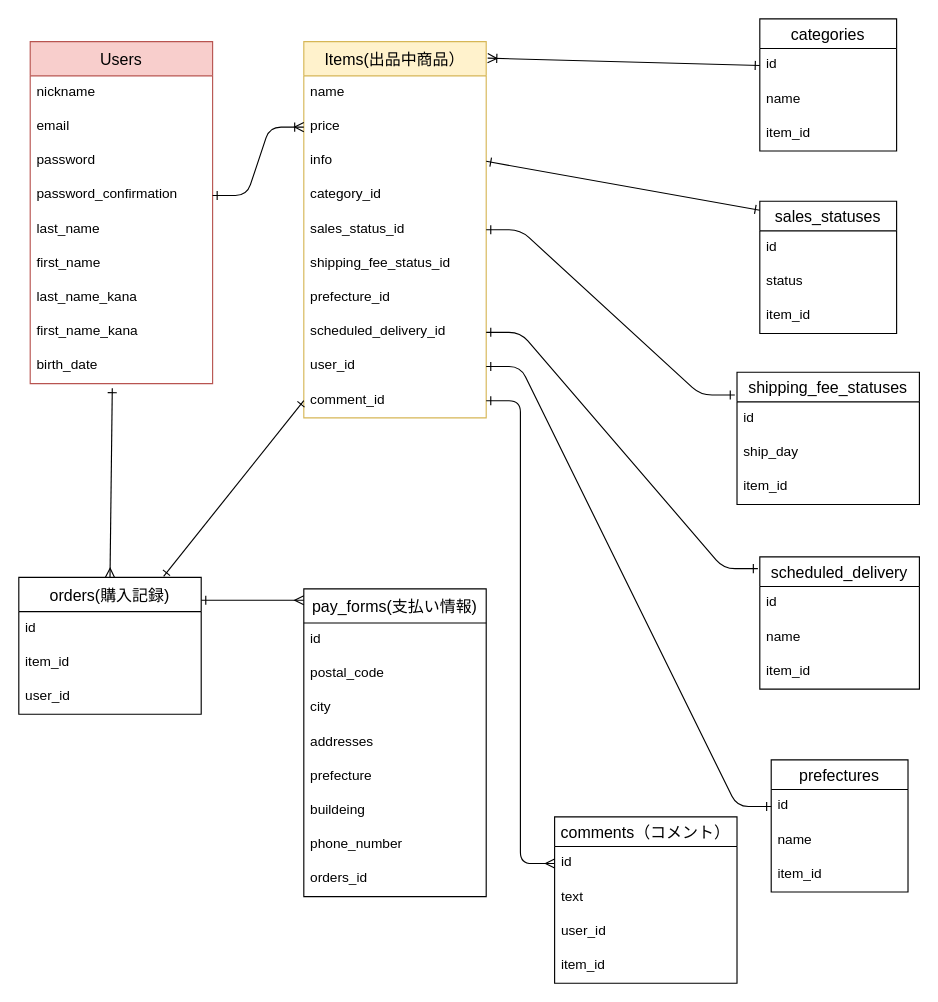
The draw.io diagram ER.dio in Ka0lee/furima-39118, before the edit. Source tidied: cells renumbered, new cells numbered last; positions are measured from the earlier drawing's top-left corner, leaving out a move shared by most shapes. Both pictures are drawn from the tidied source at 114%, with x=0, y=0 at pixel (18, 18).
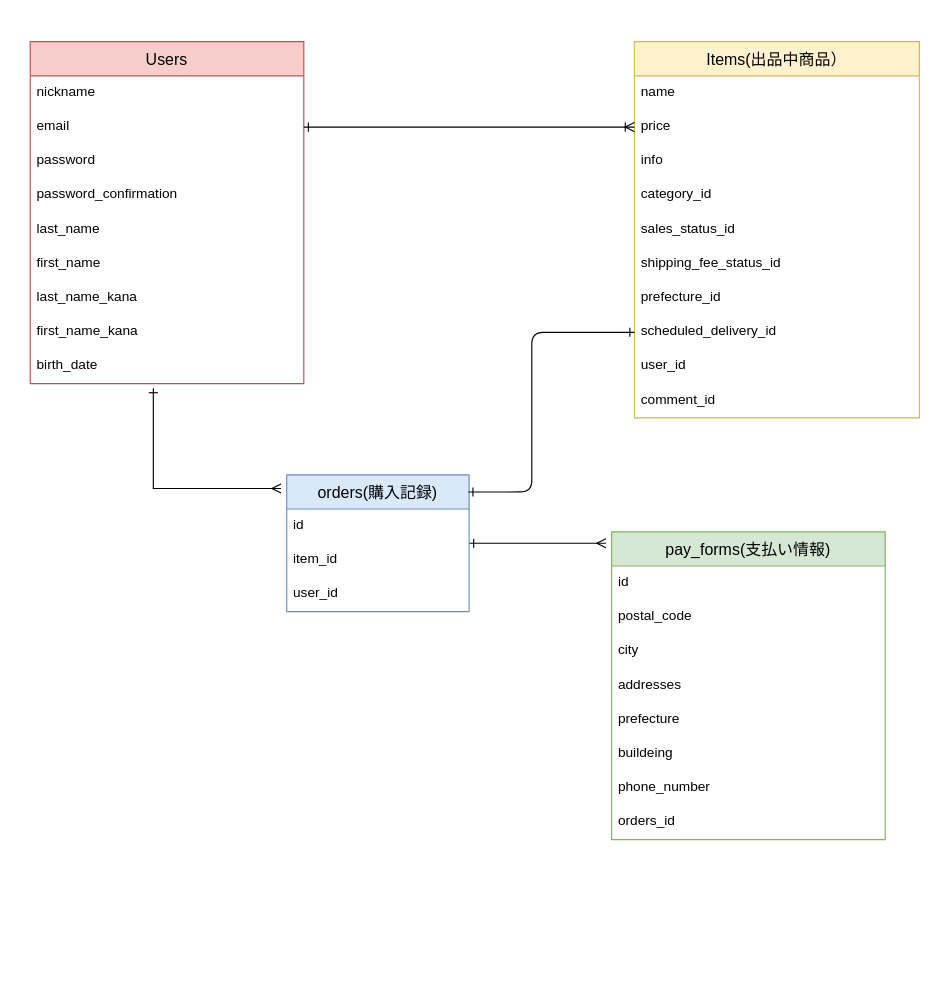
The same page after the edit.

Commit message (it also covers changes not shown here):
ER図、READMEの追加修正

The edit, as a diff of the source:
```diff
@@
     <mxCell id="2" value="Users" style="swimlane;fontStyle=0;horizontal=1;startSize=30;align=center;fontSize=14;fillColor=#f8cecc;strokeColor=#b85450;" parent="1" vertex="1">
-      <mxGeometry x="10" y="20" width="160" height="300" as="geometry" />
+      <mxGeometry x="10" y="20" width="240" height="300" as="geometry" />
     </mxCell>
     <mxCell id="3" value="nickname" style="text;strokeColor=none;fillColor=none;spacingLeft=4;spacingRight=4;overflow=hidden;fontSize=12;" parent="2" vertex="1">
-      <mxGeometry y="30" width="160" height="30" as="geometry" />
+      <mxGeometry y="30" width="240" height="30" as="geometry" />
     </mxCell>
     <mxCell id="4" value="email" style="text;strokeColor=none;fillColor=none;spacingLeft=4;spacingRight=4;overflow=hidden;points=[[0,0.5],[1,0.5]];portConstraint=eastwest;fontSize=12;" parent="2" vertex="1">
-      <mxGeometry y="60" width="160" height="30" as="geometry" />
+      <mxGeometry y="60" width="240" height="30" as="geometry" />
     </mxCell>
     <mxCell id="5" value="password" style="text;strokeColor=none;fillColor=none;spacingLeft=4;spacingRight=4;overflow=hidden;fontSize=12;" parent="2" vertex="1">
-      <mxGeometry y="90" width="160" height="30" as="geometry" />
+      <mxGeometry y="90" width="240" height="30" as="geometry" />
     </mxCell>
     <mxCell id="6" value="password_confirmation" style="text;strokeColor=none;fillColor=none;spacingLeft=4;spacingRight=4;overflow=hidden;points=[[0,0.5],[1,0.5]];portConstraint=eastwest;fontSize=12;" parent="2" vertex="1">
-      <mxGeometry y="120" width="160" height="30" as="geometry" />
+      <mxGeometry y="120" width="240" height="30" as="geometry" />
     </mxCell>
     <mxCell id="7" value="last_name" style="text;strokeColor=none;fillColor=none;spacingLeft=4;spacingRight=4;overflow=hidden;fontSize=12;" parent="2" vertex="1">
-      <mxGeometry y="150" width="160" height="30" as="geometry" />
+      <mxGeometry y="150" width="240" height="30" as="geometry" />
     </mxCell>
     <mxCell id="8" value="first_name" style="text;strokeColor=none;fillColor=none;spacingLeft=4;spacingRight=4;overflow=hidden;fontSize=12;" parent="2" vertex="1">
-      <mxGeometry y="180" width="160" height="30" as="geometry" />
+      <mxGeometry y="180" width="240" height="30" as="geometry" />
     </mxCell>
     <mxCell id="9" value="last_name_kana" style="text;strokeColor=none;fillColor=none;spacingLeft=4;spacingRight=4;overflow=hidden;fontSize=12;" parent="2" vertex="1">
-      <mxGeometry y="210" width="160" height="30" as="geometry" />
+      <mxGeometry y="210" width="240" height="30" as="geometry" />
     </mxCell>
     <mxCell id="10" value="first_name_kana" style="text;strokeColor=none;fillColor=none;spacingLeft=4;spacingRight=4;overflow=hidden;fontSize=12;" parent="2" vertex="1">
-      <mxGeometry y="240" width="160" height="30" as="geometry" />
+      <mxGeometry y="240" width="240" height="30" as="geometry" />
     </mxCell>
     <mxCell id="11" value="birth_date&#10;" style="text;strokeColor=none;fillColor=none;spacingLeft=4;spacingRight=4;overflow=hidden;points=[[0,0.5],[1,0.5]];portConstraint=eastwest;fontSize=12;" parent="2" vertex="1">
-      <mxGeometry y="270" width="160" height="30" as="geometry" />
+      <mxGeometry y="270" width="240" height="30" as="geometry" />
     </mxCell>
     <mxCell id="12" value="Items(出品中商品）" style="swimlane;fontStyle=0;horizontal=1;startSize=30;align=center;fontSize=14;fillColor=#fff2cc;strokeColor=#d6b656;" parent="1" vertex="1">
-      <mxGeometry x="250" y="20" width="160" height="330" as="geometry" />
+      <mxGeometry x="540" y="20" width="250" height="330" as="geometry" />
     </mxCell>
     <mxCell id="13" value="name" style="text;strokeColor=none;fillColor=none;spacingLeft=4;spacingRight=4;overflow=hidden;fontSize=12;" parent="12" vertex="1">
-      <mxGeometry y="30" width="160" height="30" as="geometry" />
+      <mxGeometry y="30" width="250" height="30" as="geometry" />
     </mxCell>
     <mxCell id="14" value="price" style="text;strokeColor=none;fillColor=none;spacingLeft=4;spacingRight=4;overflow=hidden;points=[[0,0.5],[1,0.5]];portConstraint=eastwest;fontSize=12;" parent="12" vertex="1">
-      <mxGeometry y="60" width="160" height="30" as="geometry" />
+      <mxGeometry y="60" width="250" height="30" as="geometry" />
     </mxCell>
     <mxCell id="15" value="info" style="text;strokeColor=none;fillColor=none;spacingLeft=4;spacingRight=4;overflow=hidden;points=[[0,0.5],[1,0.5]];portConstraint=eastwest;fontSize=12;" parent="12" vertex="1">
-      <mxGeometry y="90" width="160" height="30" as="geometry" />
+      <mxGeometry y="90" width="250" height="30" as="geometry" />
     </mxCell>
     <mxCell id="16" value="category_id" style="text;strokeColor=none;fillColor=none;spacingLeft=4;spacingRight=4;overflow=hidden;fontSize=12;" parent="12" vertex="1">
-      <mxGeometry y="120" width="160" height="30" as="geometry" />
+      <mxGeometry y="120" width="250" height="30" as="geometry" />
     </mxCell>
     <mxCell id="17" value="sales_status_id" style="text;strokeColor=none;fillColor=none;spacingLeft=4;spacingRight=4;overflow=hidden;points=[[0,0.5],[1,0.5]];portConstraint=eastwest;fontSize=12;" parent="12" vertex="1">
-      <mxGeometry y="150" width="160" height="30" as="geometry" />
+      <mxGeometry y="150" width="250" height="30" as="geometry" />
     </mxCell>
     <mxCell id="18" value="shipping_fee_status_id" style="text;strokeColor=none;fillColor=none;spacingLeft=4;spacingRight=4;overflow=hidden;fontSize=12;" parent="12" vertex="1">
-      <mxGeometry y="180" width="160" height="30" as="geometry" />
+      <mxGeometry y="180" width="250" height="30" as="geometry" />
     </mxCell>
     <mxCell id="19" value="prefecture_id" style="text;strokeColor=none;fillColor=none;spacingLeft=4;spacingRight=4;overflow=hidden;fontSize=12;" parent="12" vertex="1">
-      <mxGeometry y="210" width="160" height="30" as="geometry" />
+      <mxGeometry y="210" width="250" height="30" as="geometry" />
     </mxCell>
     <mxCell id="20" value="scheduled_delivery_id" style="text;strokeColor=none;fillColor=none;spacingLeft=4;spacingRight=4;overflow=hidden;points=[[0,0.5],[1,0.5]];portConstraint=eastwest;fontSize=12;" parent="12" vertex="1">
-      <mxGeometry y="240" width="160" height="30" as="geometry" />
+      <mxGeometry y="240" width="250" height="30" as="geometry" />
     </mxCell>
     <mxCell id="21" value="user_id" style="text;strokeColor=none;fillColor=none;spacingLeft=4;spacingRight=4;overflow=hidden;points=[[0,0.5],[1,0.5]];portConstraint=eastwest;fontSize=12;" parent="12" vertex="1">
-      <mxGeometry y="270" width="160" height="30" as="geometry" />
+      <mxGeometry y="270" width="250" height="30" as="geometry" />
     </mxCell>
     <mxCell id="22" value="comment_id" style="text;strokeColor=none;fillColor=none;spacingLeft=4;spacingRight=4;overflow=hidden;points=[[0,0.5],[1,0.5]];portConstraint=eastwest;fontSize=12;" parent="12" vertex="1">
-      <mxGeometry y="300" width="160" height="30" as="geometry" />
+      <mxGeometry y="300" width="250" height="30" as="geometry" />
     </mxCell>
-    <mxCell id="23" value="comments（コメント）" style="swimlane;fontStyle=0;horizontal=1;startSize=26;align=center;fontSize=14;" parent="1" vertex="1">
-      <mxGeometry x="470" y="700" width="160" height="146" as="geometry" />
-    </mxCell>
-    <mxCell id="24" value="id" style="text;strokeColor=none;fillColor=none;spacingLeft=4;spacingRight=4;overflow=hidden;points=[[0,0.5],[1,0.5]];portConstraint=eastwest;fontSize=12;" parent="23" vertex="1">
-      <mxGeometry y="26" width="160" height="30" as="geometry" />
-    </mxCell>
-    <mxCell id="25" value="text" style="text;strokeColor=none;fillColor=none;spacingLeft=4;spacingRight=4;overflow=hidden;fontSize=12;" parent="23" vertex="1">
-      <mxGeometry y="56" width="160" height="30" as="geometry" />
-    </mxCell>
-    <mxCell id="26" value="user_id" style="text;strokeColor=none;fillColor=none;spacingLeft=4;spacingRight=4;overflow=hidden;fontSize=12;" parent="23" vertex="1">
-      <mxGeometry y="86" width="160" height="30" as="geometry" />
-    </mxCell>
-    <mxCell id="27" value="item_id" style="text;strokeColor=none;fillColor=none;spacingLeft=4;spacingRight=4;overflow=hidden;fontSize=12;" parent="23" vertex="1">
-      <mxGeometry y="116" width="160" height="30" as="geometry" />
-    </mxCell>
-    <mxCell id="28" value="sales_statuses" style="swimlane;fontStyle=0;horizontal=1;startSize=26;align=center;fontSize=14;" parent="1" vertex="1">
-      <mxGeometry x="650" y="160" width="120" height="116" as="geometry" />
-    </mxCell>
-    <mxCell id="29" value="id" style="text;strokeColor=none;fillColor=none;spacingLeft=4;spacingRight=4;overflow=hidden;fontSize=12;" parent="28" vertex="1">
-      <mxGeometry y="26" width="120" height="30" as="geometry" />
-    </mxCell>
-    <mxCell id="30" value="status" style="text;strokeColor=none;fillColor=none;spacingLeft=4;spacingRight=4;overflow=hidden;fontSize=12;" parent="28" vertex="1">
-      <mxGeometry y="56" width="120" height="30" as="geometry" />
-    </mxCell>
-    <mxCell id="31" value="item_id" style="text;strokeColor=none;fillColor=none;spacingLeft=4;spacingRight=4;overflow=hidden;fontSize=12;" parent="28" vertex="1">
-      <mxGeometry y="86" width="120" height="30" as="geometry" />
-    </mxCell>
-    <mxCell id="32" value="categories" style="swimlane;fontStyle=0;horizontal=1;startSize=26;align=center;fontSize=14;" parent="1" vertex="1">
-      <mxGeometry x="650" width="120" height="116" as="geometry" />
-    </mxCell>
-    <mxCell id="33" value="id" style="text;strokeColor=none;fillColor=none;spacingLeft=4;spacingRight=4;overflow=hidden;points=[[0,0.5],[1,0.5]];portConstraint=eastwest;fontSize=12;" parent="32" vertex="1">
-      <mxGeometry y="26" width="120" height="30" as="geometry" />
-    </mxCell>
-    <mxCell id="34" value="name" style="text;strokeColor=none;fillColor=none;spacingLeft=4;spacingRight=4;overflow=hidden;fontSize=12;" parent="32" vertex="1">
-      <mxGeometry y="56" width="120" height="30" as="geometry" />
-    </mxCell>
-    <mxCell id="35" value="item_id" style="text;strokeColor=none;fillColor=none;spacingLeft=4;spacingRight=4;overflow=hidden;fontSize=12;" parent="32" vertex="1">
-      <mxGeometry y="86" width="120" height="30" as="geometry" />
-    </mxCell>
-    <mxCell id="36" value="shipping_fee_statuses" style="swimlane;fontStyle=0;horizontal=1;startSize=26;align=center;fontSize=14;" parent="1" vertex="1">
-      <mxGeometry x="630" y="310" width="160" height="116" as="geometry" />
-    </mxCell>
-    <mxCell id="37" value="id" style="text;strokeColor=none;fillColor=none;spacingLeft=4;spacingRight=4;overflow=hidden;points=[[0,0.5],[1,0.5]];portConstraint=eastwest;fontSize=12;" parent="36" vertex="1">
-      <mxGeometry y="26" width="160" height="30" as="geometry" />
-    </mxCell>
-    <mxCell id="38" value="ship_day" style="text;strokeColor=none;fillColor=none;spacingLeft=4;spacingRight=4;overflow=hidden;fontSize=12;" parent="36" vertex="1">
-      <mxGeometry y="56" width="160" height="30" as="geometry" />
-    </mxCell>
-    <mxCell id="39" value="item_id" style="text;strokeColor=none;fillColor=none;spacingLeft=4;spacingRight=4;overflow=hidden;fontSize=12;" parent="36" vertex="1">
-      <mxGeometry y="86" width="160" height="30" as="geometry" />
-    </mxCell>
-    <mxCell id="40" value="scheduled_delivery" style="swimlane;fontStyle=0;horizontal=1;startSize=26;align=center;fontSize=14;" parent="1" vertex="1">
-      <mxGeometry x="650" y="472" width="140" height="116" as="geometry" />
-    </mxCell>
-    <mxCell id="41" value="id" style="text;strokeColor=none;fillColor=none;spacingLeft=4;spacingRight=4;overflow=hidden;fontSize=12;" parent="40" vertex="1">
-      <mxGeometry y="26" width="140" height="30" as="geometry" />
-    </mxCell>
-    <mxCell id="42" value="name" style="text;strokeColor=none;fillColor=none;spacingLeft=4;spacingRight=4;overflow=hidden;fontSize=12;" parent="40" vertex="1">
-      <mxGeometry y="56" width="140" height="30" as="geometry" />
-    </mxCell>
-    <mxCell id="43" value="item_id" style="text;strokeColor=none;fillColor=none;spacingLeft=4;spacingRight=4;overflow=hidden;fontSize=12;" parent="40" vertex="1">
-      <mxGeometry y="86" width="140" height="30" as="geometry" />
-    </mxCell>
-    <mxCell id="44" style="fontSize=12;html=1;endArrow=ERoneToMany;exitX=0;exitY=0.5;exitDx=0;exitDy=0;entryX=1.008;entryY=0.044;entryDx=0;entryDy=0;entryPerimeter=0;startArrow=ERone;startFill=0;" parent="1" edge="1" source="33" target="12">
-      <mxGeometry relative="1" as="geometry" />
-    </mxCell>
-    <mxCell id="45" style="fontSize=12;html=1;endArrow=ERone;exitX=0;exitY=0.068;exitDx=0;exitDy=0;exitPerimeter=0;startArrow=ERone;startFill=0;endFill=0;entryX=1;entryY=0.5;entryDx=0;entryDy=0;" parent="1" edge="1" source="28" target="15">
-      <mxGeometry relative="1" as="geometry" />
-    </mxCell>
-    <mxCell id="46" style="edgeStyle=entityRelationEdgeStyle;fontSize=12;html=1;endArrow=ERone;exitX=-0.012;exitY=-0.2;exitDx=0;exitDy=0;exitPerimeter=0;startArrow=ERone;startFill=0;endFill=0;" parent="1" edge="1" source="37" target="17">
-      <mxGeometry relative="1" as="geometry" />
-    </mxCell>
-    <mxCell id="47" style="edgeStyle=entityRelationEdgeStyle;fontSize=12;html=1;endArrow=ERone;entryX=1;entryY=0.5;entryDx=0;entryDy=0;exitX=-0.012;exitY=0.089;exitDx=0;exitDy=0;exitPerimeter=0;startArrow=ERone;startFill=0;endFill=0;" parent="1" edge="1" source="40" target="20">
-      <mxGeometry relative="1" as="geometry" />
-    </mxCell>
-    <mxCell id="48" style="edgeStyle=entityRelationEdgeStyle;fontSize=12;html=1;endArrow=ERmany;entryX=0;entryY=0.5;entryDx=0;entryDy=0;exitX=1;exitY=0.5;exitDx=0;exitDy=0;startArrow=ERone;startFill=0;" parent="1" edge="1" source="22" target="24">
-      <mxGeometry relative="1" as="geometry" />
-    </mxCell>
-    <mxCell id="49" style="edgeStyle=entityRelationEdgeStyle;fontSize=12;html=1;endArrow=ERoneToMany;exitX=1;exitY=0.5;exitDx=0;exitDy=0;entryX=0;entryY=0.5;entryDx=0;entryDy=0;startArrow=ERone;startFill=0;" parent="1" edge="1" source="6" target="14">
+    <mxCell id="49" style="edgeStyle=entityRelationEdgeStyle;fontSize=12;html=1;endArrow=ERoneToMany;exitX=1;exitY=0.5;exitDx=0;exitDy=0;entryX=0;entryY=0.5;entryDx=0;entryDy=0;startArrow=ERone;startFill=0;" parent="1" edge="1" source="4" target="14">
       <mxGeometry relative="1" as="geometry" />
     </mxCell>
-    <mxCell id="50" style="endArrow=ERmany;html=1;rounded=0;startArrow=ERone;startFill=0;endFill=0;exitX=0.45;exitY=1.133;exitDx=0;exitDy=0;exitPerimeter=0;entryX=0.5;entryY=0;entryDx=0;entryDy=0;" parent="1" edge="1" source="11" target="51">
-      <mxGeometry relative="1" as="geometry" />
+    <mxCell id="50" style="endArrow=ERmany;html=1;rounded=0;startArrow=ERone;startFill=0;endFill=0;exitX=0.45;exitY=1.133;exitDx=0;exitDy=0;exitPerimeter=0;" parent="1" edge="1" source="11">
+      <mxGeometry relative="1" as="geometry">
+        <mxPoint x="230" y="412" as="targetPoint" />
+        <Array as="points">
+          <mxPoint x="118" y="412" />
+        </Array>
+      </mxGeometry>
     </mxCell>
+    <mxCell id="71" style="edgeStyle=none;html=1;startArrow=ERone;startFill=0;endArrow=ERmany;endFill=0;" parent="1" edge="1" source="51">
+      <mxGeometry relative="1" as="geometry">
+        <mxPoint x="515" y="460" as="targetPoint" />
+      </mxGeometry>
+    </mxCell>
-    <mxCell id="51" value="orders(購入記録)" style="swimlane;fontStyle=0;horizontal=1;startSize=30;align=center;fontSize=14;" parent="1" vertex="1">
-      <mxGeometry y="490" width="160" height="120" as="geometry" />
+    <mxCell id="51" value="orders(購入記録)" style="swimlane;fontStyle=0;horizontal=1;startSize=30;align=center;fontSize=14;fillColor=#dae8fc;strokeColor=#6c8ebf;" parent="1" vertex="1">
+      <mxGeometry x="235" y="400" width="160" height="120" as="geometry" />
     </mxCell>
@@
-    <mxCell id="55" value="pay_forms(支払い情報)" style="swimlane;fontStyle=0;horizontal=1;startSize=30;align=center;fontSize=14;" parent="1" vertex="1">
-      <mxGeometry x="250" y="500" width="160" height="270" as="geometry" />
+    <mxCell id="55" value="pay_forms(支払い情報)" style="swimlane;fontStyle=0;horizontal=1;startSize=30;align=center;fontSize=14;fillColor=#d5e8d4;strokeColor=#82b366;" parent="1" vertex="1">
+      <mxGeometry x="520" y="450" width="240" height="270" as="geometry" />
     </mxCell>
     <mxCell id="56" value="id" style="text;strokeColor=none;fillColor=none;spacingLeft=4;spacingRight=4;overflow=hidden;fontSize=12;" parent="55" vertex="1">
-      <mxGeometry y="30" width="160" height="30" as="geometry" />
+      <mxGeometry y="30" width="240" height="30" as="geometry" />
     </mxCell>
     <mxCell id="57" value="postal_code" style="text;strokeColor=none;fillColor=none;spacingLeft=4;spacingRight=4;overflow=hidden;fontSize=12;" parent="55" vertex="1">
-      <mxGeometry y="60" width="160" height="30" as="geometry" />
+      <mxGeometry y="60" width="240" height="30" as="geometry" />
     </mxCell>
     <mxCell id="58" value="city" style="text;strokeColor=none;fillColor=none;spacingLeft=4;spacingRight=4;overflow=hidden;fontSize=12;" parent="55" vertex="1">
-      <mxGeometry y="90" width="160" height="30" as="geometry" />
+      <mxGeometry y="90" width="240" height="30" as="geometry" />
     </mxCell>
     <mxCell id="59" value="addresses" style="text;strokeColor=none;fillColor=none;spacingLeft=4;spacingRight=4;overflow=hidden;fontSize=12;" parent="55" vertex="1">
-      <mxGeometry y="120" width="160" height="30" as="geometry" />
+      <mxGeometry y="120" width="240" height="30" as="geometry" />
     </mxCell>
     <mxCell id="60" value="prefecture" style="text;strokeColor=none;fillColor=none;spacingLeft=4;spacingRight=4;overflow=hidden;fontSize=12;" parent="55" vertex="1">
-      <mxGeometry y="150" width="160" height="30" as="geometry" />
+      <mxGeometry y="150" width="240" height="30" as="geometry" />
     </mxCell>
     <mxCell id="61" value="buildeing" style="text;strokeColor=none;fillColor=none;spacingLeft=4;spacingRight=4;overflow=hidden;fontSize=12;" parent="55" vertex="1">
-      <mxGeometry y="180" width="160" height="30" as="geometry" />
+      <mxGeometry y="180" width="240" height="30" as="geometry" />
     </mxCell>
     <mxCell id="62" value="phone_number" style="text;strokeColor=none;fillColor=none;spacingLeft=4;spacingRight=4;overflow=hidden;fontSize=12;" parent="55" vertex="1">
-      <mxGeometry y="210" width="160" height="30" as="geometry" />
+      <mxGeometry y="210" width="240" height="30" as="geometry" />
     </mxCell>
     <mxCell id="63" value="orders_id" style="text;strokeColor=none;fillColor=none;spacingLeft=4;spacingRight=4;overflow=hidden;fontSize=12;" parent="55" vertex="1">
-      <mxGeometry y="240" width="160" height="30" as="geometry" />
+      <mxGeometry y="240" width="240" height="30" as="geometry" />
     </mxCell>
-    <mxCell id="64" style="html=1;startArrow=ERone;startFill=0;endArrow=ERone;endFill=0;exitX=0;exitY=0.5;exitDx=0;exitDy=0;entryX=0.794;entryY=-0.008;entryDx=0;entryDy=0;entryPerimeter=0;" parent="1" edge="1" source="22" target="51">
-      <mxGeometry relative="1" as="geometry" />
+    <mxCell id="64" style="html=1;startArrow=ERone;startFill=0;endArrow=ERone;endFill=0;entryX=0.996;entryY=0.126;entryDx=0;entryDy=0;entryPerimeter=0;exitX=0;exitY=0.5;exitDx=0;exitDy=0;" parent="1" edge="1" source="20" target="51">
+      <mxGeometry relative="1" as="geometry">
+        <Array as="points">
+          <mxPoint x="450" y="275" />
+          <mxPoint x="450" y="415" />
+        </Array>
+      </mxGeometry>
     </mxCell>
-    <mxCell id="65" style="edgeStyle=none;html=1;startArrow=ERone;startFill=0;endArrow=ERmany;endFill=0;exitX=1;exitY=0.167;exitDx=0;exitDy=0;exitPerimeter=0;" parent="1" edge="1" source="51">
-      <mxGeometry relative="1" as="geometry">
-        <mxPoint x="250" y="510" as="targetPoint" />
-      </mxGeometry>
-    </mxCell>
-    <mxCell id="66" value="prefectures" style="swimlane;fontStyle=0;horizontal=1;startSize=26;align=center;fontSize=14;" parent="1" vertex="1">
-      <mxGeometry x="660" y="650" width="120" height="116" as="geometry" />
-    </mxCell>
-    <mxCell id="67" value="id" style="text;strokeColor=none;fillColor=none;spacingLeft=4;spacingRight=4;overflow=hidden;points=[[0,0.5],[1,0.5]];portConstraint=eastwest;fontSize=12;" parent="66" vertex="1">
-      <mxGeometry y="26" width="120" height="30" as="geometry" />
-    </mxCell>
-    <mxCell id="68" value="name" style="text;strokeColor=none;fillColor=none;spacingLeft=4;spacingRight=4;overflow=hidden;fontSize=12;" parent="66" vertex="1">
-      <mxGeometry y="56" width="120" height="30" as="geometry" />
-    </mxCell>
-    <mxCell id="69" value="item_id" style="text;strokeColor=none;fillColor=none;spacingLeft=4;spacingRight=4;overflow=hidden;fontSize=12;" parent="66" vertex="1">
-      <mxGeometry y="86" width="120" height="30" as="geometry" />
-    </mxCell>
-    <mxCell id="70" style="edgeStyle=entityRelationEdgeStyle;fontSize=12;html=1;endArrow=ERone;entryX=1;entryY=0.5;entryDx=0;entryDy=0;startArrow=ERone;startFill=0;endFill=0;" parent="1" edge="1" source="67" target="21">
-      <mxGeometry relative="1" as="geometry" />
-    </mxCell>
```
